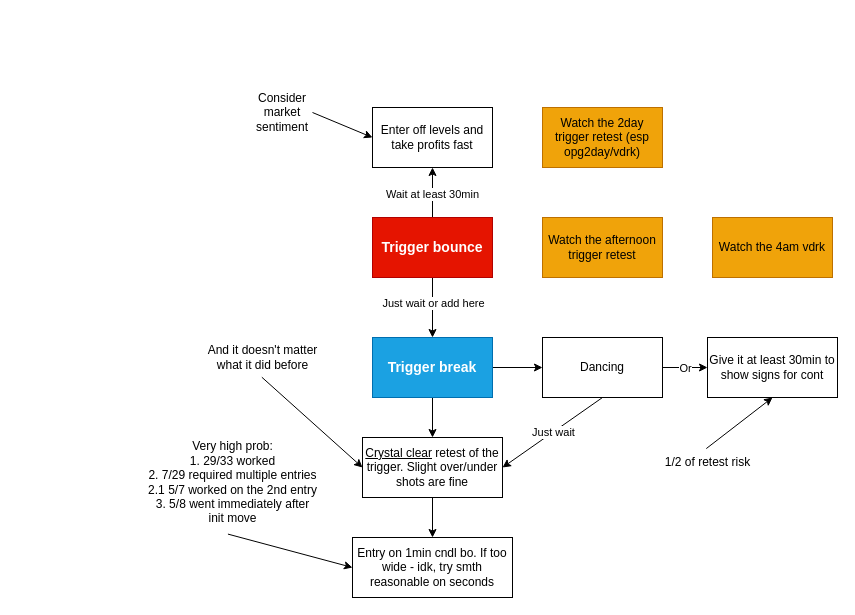
sinixy/strats keeps this draw.io diagram as windows.drawio. Above is the earlier version. Source tidied: cells renumbered, new cells numbered last; positions are measured from the earlier drawing's top-left corner, leaving out a move shared by most shapes. Both pictures are drawn from the tidied source at 100%, with x=0, y=0 at pixel (137, 97).
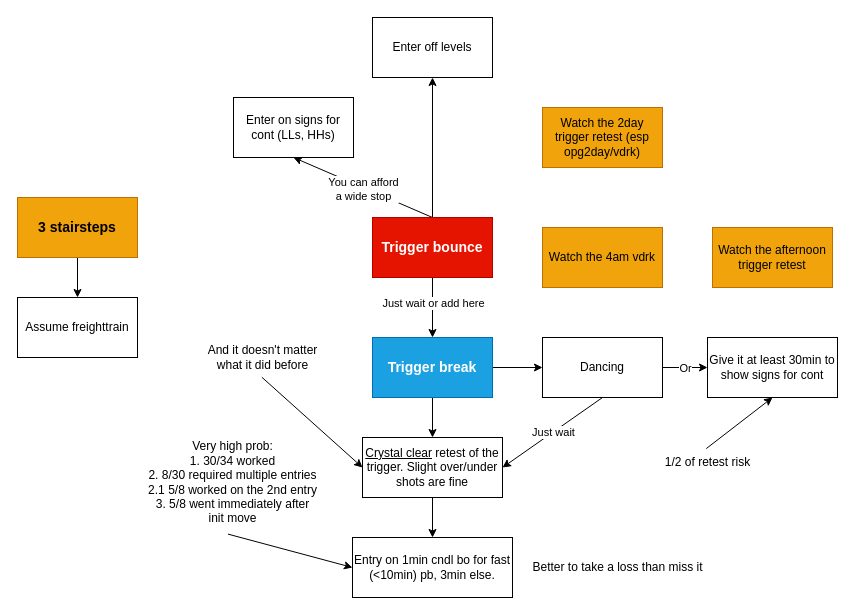
Above is the later version.

The change refers to these unchanged cells:
```xml
<mxCell id="22" style="edgeStyle=none;html=1;exitX=0.5;exitY=0;exitDx=0;exitDy=0;entryX=0.5;entryY=1;entryDx=0;entryDy=0;" parent="1" edge="1" source="24" target="25">
  <mxGeometry relative="1" as="geometry" />
</mxCell>
<mxCell id="24" value="Trigger bounce" style="whiteSpace=wrap;html=1;fillColor=#e51400;fontColor=light-dark(#FFFFFF,#FFFFFF);strokeColor=#B20000;fontStyle=1;fontSize=14;" parent="1" vertex="1">
  <mxGeometry x="235" y="120" width="120" height="60" as="geometry" />
</mxCell>
```

Diff of the diagram source:
```diff
@@
-    <mxCell id="7" value="Entry on 1min cndl bo. If too wide - idk, try smth reasonable on seconds" style="whiteSpace=wrap;html=1;" parent="1" vertex="1">
+    <mxCell id="7" value="Entry on 1min cndl bo for fast (&amp;lt;10min) pb, 3min else." style="whiteSpace=wrap;html=1;" parent="1" vertex="1">
       <mxGeometry x="215" y="440" width="160" height="60" as="geometry" />
     </mxCell>
-    <mxCell id="8" value="&lt;font style=&quot;&quot;&gt;Very high prob:&lt;/font&gt;&lt;div&gt;&lt;font style=&quot;&quot;&gt;1. 29/33 worked&lt;/font&gt;&lt;/div&gt;&lt;div&gt;&lt;font style=&quot;&quot;&gt;2. 7/29 required multiple&amp;nbsp;&lt;span style=&quot;background-color: transparent;&quot;&gt;entries&lt;/span&gt;&lt;/font&gt;&lt;/div&gt;&lt;div&gt;&lt;font style=&quot;&quot;&gt;2.1 5/7 worked on the 2nd entry&lt;/font&gt;&lt;/div&gt;&lt;div&gt;&lt;font style=&quot;&quot;&gt;3. 5/8 went&amp;nbsp;&lt;span style=&quot;background-color: transparent;&quot;&gt;immediately&lt;/span&gt;&lt;span style=&quot;background-color: transparent;&quot;&gt;&amp;nbsp;&lt;/span&gt;&lt;span style=&quot;background-color: transparent;&quot;&gt;after&lt;/span&gt;&lt;/font&gt;&lt;/div&gt;&lt;div&gt;&lt;span style=&quot;background-color: transparent;&quot;&gt;&lt;font style=&quot;&quot;&gt;init move&lt;/font&gt;&lt;/span&gt;&lt;/div&gt;" style="text;html=1;align=center;verticalAlign=middle;points=[];strokeColor=none;fillColor=none;fontColor=light-dark(#000000,#FFFFFF);" parent="1" vertex="1">
+    <mxCell id="8" value="&lt;font style=&quot;&quot;&gt;Very high prob:&lt;/font&gt;&lt;div&gt;&lt;font style=&quot;&quot;&gt;1. 30/34 worked&lt;/font&gt;&lt;/div&gt;&lt;div&gt;&lt;font style=&quot;&quot;&gt;2. 8/30 required multiple&amp;nbsp;&lt;span style=&quot;background-color: transparent;&quot;&gt;entries&lt;/span&gt;&lt;/font&gt;&lt;/div&gt;&lt;div&gt;&lt;font style=&quot;&quot;&gt;2.1 5/8 worked on the 2nd entry&lt;/font&gt;&lt;/div&gt;&lt;div&gt;&lt;font style=&quot;&quot;&gt;3. 5/8 went&amp;nbsp;&lt;span style=&quot;background-color: transparent;&quot;&gt;immediately&lt;/span&gt;&lt;span style=&quot;background-color: transparent;&quot;&gt;&amp;nbsp;&lt;/span&gt;&lt;span style=&quot;background-color: transparent;&quot;&gt;after&lt;/span&gt;&lt;/font&gt;&lt;/div&gt;&lt;div&gt;&lt;span style=&quot;background-color: transparent;&quot;&gt;&lt;font style=&quot;&quot;&gt;init move&lt;/font&gt;&lt;/span&gt;&lt;/div&gt;" style="text;html=1;align=center;verticalAlign=middle;points=[];strokeColor=none;fillColor=none;fontColor=light-dark(#000000,#FFFFFF);" parent="1" vertex="1">
       <mxGeometry y="335" width="190" height="100" as="geometry" />
     </mxCell>
@@
-    <mxCell id="23" value="Wait at least 30min" style="edgeLabel;html=1;align=center;verticalAlign=middle;" parent="22" vertex="1">
-      <mxGeometry x="-0.03" y="1" relative="1" as="geometry" />
+    <mxCell id="23" value="You can afford&lt;div&gt;a wide stop&lt;/div&gt;" style="edgeLabel;html=1;align=center;verticalAlign=middle;" parent="22" vertex="1">
+      <mxGeometry x="-0.03" y="1" relative="1" as="geometry">
+        <mxPoint x="-2" as="offset" />
+      </mxGeometry>
     </mxCell>
+    <mxCell id="31" style="edgeStyle=none;html=1;exitX=0.5;exitY=0;exitDx=0;exitDy=0;entryX=0.5;entryY=1;entryDx=0;entryDy=0;" parent="1" edge="1" source="24" target="32">
+      <mxGeometry relative="1" as="geometry" />
+    </mxCell>
@@
-    <mxCell id="25" value="Enter off levels and take profits fast" style="rounded=0;whiteSpace=wrap;html=1;" parent="1" vertex="1">
-      <mxGeometry x="235" y="10" width="120" height="60" as="geometry" />
+    <mxCell id="25" value="Enter on signs for cont (LLs, HHs)" style="rounded=0;whiteSpace=wrap;html=1;" parent="1" vertex="1">
+      <mxGeometry x="96" width="120" height="60" as="geometry" />
     </mxCell>
     <mxCell id="26" value="Watch the afternoon trigger retest" style="whiteSpace=wrap;html=1;fillColor=#f0a30a;strokeColor=#BD7000;fontColor=#000000;" parent="1" vertex="1">
-      <mxGeometry x="405" y="120" width="120" height="60" as="geometry" />
+      <mxGeometry x="575" y="130" width="120" height="60" as="geometry" />
     </mxCell>
@@
     <mxCell id="28" value="Watch the 4am vdrk" style="whiteSpace=wrap;html=1;fillColor=#f0a30a;strokeColor=#BD7000;fontColor=#000000;" parent="1" vertex="1">
-      <mxGeometry x="575" y="120" width="120" height="60" as="geometry" />
+      <mxGeometry x="405" y="130" width="120" height="60" as="geometry" />
     </mxCell>
-    <mxCell id="29" style="edgeStyle=none;html=1;exitX=1;exitY=0.5;exitDx=0;exitDy=0;entryX=0;entryY=0.5;entryDx=0;entryDy=0;" parent="1" edge="1" source="30" target="25">
-      <mxGeometry relative="1" as="geometry" />
-    </mxCell>
-    <mxCell id="30" value="Consider market sentiment" style="text;html=1;align=center;verticalAlign=middle;whiteSpace=wrap;rounded=0;" parent="1" vertex="1">
-      <mxGeometry x="115" width="60" height="30" as="geometry" />
-    </mxCell>
+    <mxCell id="32" value="Enter off levels" style="rounded=0;whiteSpace=wrap;html=1;" parent="1" vertex="1">
+      <mxGeometry x="235" y="-80" width="120" height="60" as="geometry" />
+    </mxCell>
+    <mxCell id="33" value="Better to take a loss than miss it" style="text;html=1;align=center;verticalAlign=middle;strokeColor=none;fillColor=none;" parent="1" vertex="1">
+      <mxGeometry x="385" y="455" width="190" height="30" as="geometry" />
+    </mxCell>
+    <mxCell id="34" style="edgeStyle=none;html=1;" parent="1" edge="1" source="35" target="36">
+      <mxGeometry relative="1" as="geometry" />
+    </mxCell>
+    <mxCell id="35" value="3 stairsteps" style="whiteSpace=wrap;html=1;fillColor=#f0a30a;fontColor=#000000;strokeColor=#BD7000;fontSize=14;fontStyle=1;" parent="1" vertex="1">
+      <mxGeometry x="-120" y="100" width="120" height="60" as="geometry" />
+    </mxCell>
+    <mxCell id="36" value="Assume freighttrain" style="whiteSpace=wrap;html=1;" parent="1" vertex="1">
+      <mxGeometry x="-120" y="200" width="120" height="60" as="geometry" />
+    </mxCell>
```
